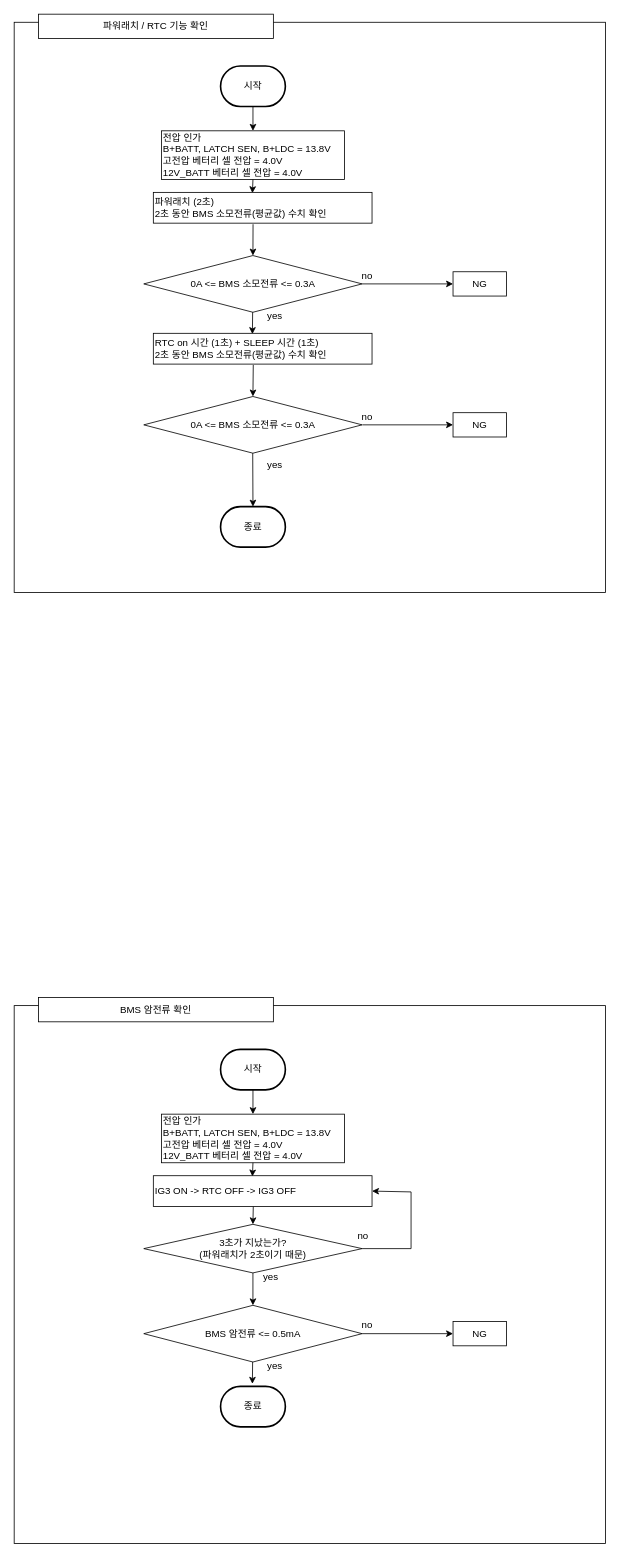
The draw.io diagram 파워래치/rtc 기능 확인 bms 암전류 확인.drawio in chaeyoonl/state-transition-diagram-test, before the edit. Source tidied: cells renumbered, new cells numbered last; positions are measured from the earlier drawing's top-left corner, leaving out a move shared by most shapes. Both pictures are drawn from the tidied source at 81%, with x=0, y=0 at pixel (14, 14).
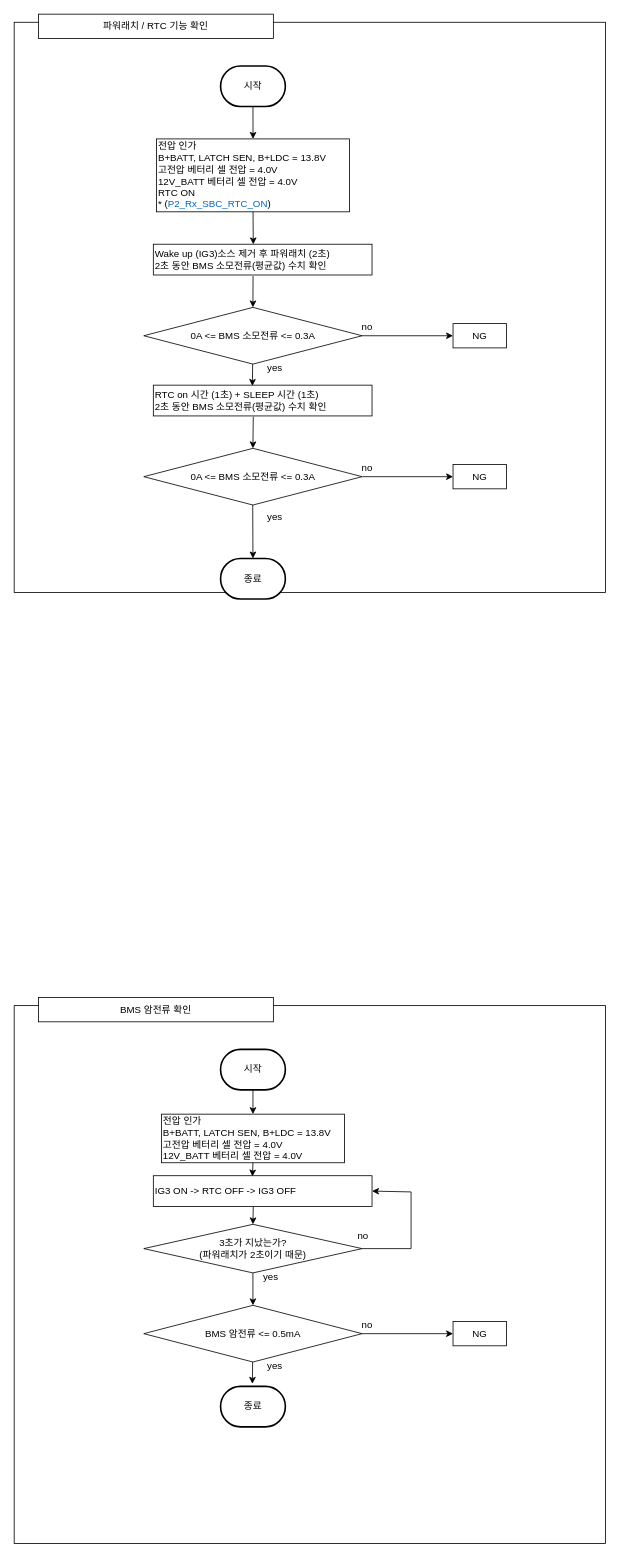
The same page after the edit.

Commit message (it also covers changes not shown here):
파워래치/rtc 기능 확인 bms 암전류 확인.drawio 업데이트

Change to the diagram source:
```diff
@@
     <mxCell id="4" value="종료" style="strokeWidth=2;html=1;shape=mxgraph.flowchart.terminator;whiteSpace=wrap;" parent="1" vertex="1">
-      <mxGeometry x="254.8" y="608" width="80" height="50" as="geometry" />
+      <mxGeometry x="254.8" y="672" width="80" height="50" as="geometry" />
     </mxCell>
-    <mxCell id="5" value="전압 인가&lt;br&gt;B+BATT, LATCH SEN, B+LDC = 13.8V&lt;br&gt;고전압 베터리 셀 전압 = 4.0V&lt;br&gt;12V_BATT 베터리 셀 전압&amp;nbsp;= 4.0V" style="rounded=0;whiteSpace=wrap;html=1;align=left;" parent="1" vertex="1">
-      <mxGeometry x="181.8" y="144" width="226" height="60" as="geometry" />
+    <mxCell id="5" value="전압 인가&lt;br&gt;B+BATT, LATCH SEN, B+LDC = 13.8V&lt;br&gt;고전압 베터리 셀 전압 = 4.0V&lt;br&gt;12V_BATT 베터리 셀 전압&amp;nbsp;= 4.0V&lt;br&gt;RTC ON&lt;br&gt;* (&lt;font color=&quot;#0066cc&quot;&gt;P2_Rx_SBC_RTC_ON&lt;/font&gt;)" style="rounded=0;whiteSpace=wrap;html=1;align=left;" parent="1" vertex="1">
+      <mxGeometry x="175.8" y="154" width="238.2" height="90" as="geometry" />
     </mxCell>
@@
-    <mxCell id="10" style="endArrow=classic;html=1;rounded=0;exitX=0.5;exitY=1;exitDx=0;exitDy=0;entryX=0.453;entryY=0.025;entryDx=0;entryDy=0;entryPerimeter=0;" parent="1" edge="1" source="5" target="11">
-      <mxGeometry relative="1" as="geometry" />
-    </mxCell>
-    <mxCell id="11" value="파워래치 (2초)&lt;br&gt;2초 동안 BMS 소모전류(평균값) 수치 확인" style="rounded=0;whiteSpace=wrap;html=1;align=left;" parent="1" vertex="1">
-      <mxGeometry x="171.8" y="220" width="270" height="38" as="geometry" />
+    <mxCell id="11" value="Wake up (IG3)소스 제거 후&amp;nbsp;파워래치 (2초)&lt;br&gt;2초 동안 BMS 소모전류(평균값) 수치 확인" style="rounded=0;whiteSpace=wrap;html=1;align=left;" parent="1" vertex="1">
+      <mxGeometry x="171.8" y="284" width="270" height="38" as="geometry" />
     </mxCell>
     <mxCell id="12" value="0A &amp;lt;= BMS 소모전류 &amp;lt;= 0.3A" style="rhombus;whiteSpace=wrap;html=1;" parent="1" vertex="1">
-      <mxGeometry x="160" y="298" width="269.5" height="70" as="geometry" />
+      <mxGeometry x="160" y="362" width="269.5" height="70" as="geometry" />
     </mxCell>
@@
     <mxCell id="15" value="RTC on 시간 (1초) + SLEEP 시간 (1초)&lt;br&gt;2초 동안 BMS 소모전류(평균값) 수치 확인" style="rounded=0;whiteSpace=wrap;html=1;align=left;" parent="1" vertex="1">
-      <mxGeometry x="171.8" y="394" width="270" height="38" as="geometry" />
+      <mxGeometry x="171.8" y="458" width="270" height="38" as="geometry" />
     </mxCell>
     <mxCell id="16" value="0A &amp;lt;= BMS 소모전류 &amp;lt;= 0.3A" style="rhombus;whiteSpace=wrap;html=1;" parent="1" vertex="1">
-      <mxGeometry x="160" y="472" width="269.5" height="70" as="geometry" />
+      <mxGeometry x="160" y="536" width="269.5" height="70" as="geometry" />
     </mxCell>
     <mxCell id="17" value="yes" style="text;html=1;strokeColor=none;fillColor=none;align=center;verticalAlign=middle;whiteSpace=wrap;rounded=0;" parent="1" vertex="1">
-      <mxGeometry x="291.8" y="358" width="60" height="30" as="geometry" />
+      <mxGeometry x="291.8" y="422" width="60" height="30" as="geometry" />
     </mxCell>
     <mxCell id="18" value="NG" style="rounded=0;whiteSpace=wrap;html=1;align=center;" parent="1" vertex="1">
-      <mxGeometry x="541.8" y="318" width="66" height="30" as="geometry" />
+      <mxGeometry x="541.8" y="382" width="66" height="30" as="geometry" />
     </mxCell>
@@
     <mxCell id="20" value="no" style="text;html=1;strokeColor=none;fillColor=none;align=center;verticalAlign=middle;whiteSpace=wrap;rounded=0;" parent="1" vertex="1">
-      <mxGeometry x="405.8" y="308" width="60" height="30" as="geometry" />
+      <mxGeometry x="405.8" y="372" width="60" height="30" as="geometry" />
     </mxCell>
     <mxCell id="21" value="NG" style="rounded=0;whiteSpace=wrap;html=1;align=center;" parent="1" vertex="1">
-      <mxGeometry x="541.8" y="492" width="66" height="30" as="geometry" />
+      <mxGeometry x="541.8" y="556" width="66" height="30" as="geometry" />
     </mxCell>
     <mxCell id="22" style="endArrow=classic;html=1;rounded=0;exitX=1;exitY=0.5;exitDx=0;exitDy=0;entryX=0;entryY=0.5;entryDx=0;entryDy=0;" parent="1" edge="1" target="21">
       <mxGeometry relative="1" as="geometry">
-        <mxPoint x="429.8" y="507" as="sourcePoint" />
+        <mxPoint x="429.8" y="571" as="sourcePoint" />
       </mxGeometry>
     </mxCell>
     <mxCell id="23" value="no" style="text;html=1;strokeColor=none;fillColor=none;align=center;verticalAlign=middle;whiteSpace=wrap;rounded=0;" parent="1" vertex="1">
-      <mxGeometry x="405.8" y="482" width="60" height="30" as="geometry" />
+      <mxGeometry x="405.8" y="546" width="60" height="30" as="geometry" />
     </mxCell>
     <mxCell id="24" value="yes" style="text;html=1;strokeColor=none;fillColor=none;align=center;verticalAlign=middle;whiteSpace=wrap;rounded=0;" parent="1" vertex="1">
-      <mxGeometry x="291.8" y="542" width="60" height="30" as="geometry" />
+      <mxGeometry x="291.8" y="606" width="60" height="30" as="geometry" />
     </mxCell>
@@
+    <mxCell id="10" style="endArrow=classic;html=1;rounded=0;exitX=0.5;exitY=1;exitDx=0;exitDy=0;entryX=0.457;entryY=0.005;entryDx=0;entryDy=0;entryPerimeter=0;" parent="1" edge="1" source="5" target="11">
+      <mxGeometry relative="1" as="geometry" />
+    </mxCell>
```
